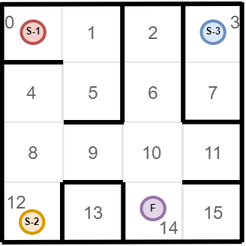
The draw.io diagram Module7/practice/01_Maze-1/img/maze-task01.png in boo-learn/SpecialistPython2_v2, before a commit. Source tidied: cells renumbered, new cells last; positions are measured from the earlier drawing's top-left corner, leaving out a move shared by most shapes.
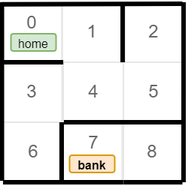
Later version of the same file.

Diff of the diagram source:
```diff
@@ -2,155 +2,103 @@
   <root>
     <mxCell id="0" />
     <mxCell id="1" parent="0" />
-    <mxCell id="2" value="&lt;font color=&quot;#666666&quot;&gt;0&lt;/font&gt;" style="rounded=0;whiteSpace=wrap;html=1;fillColor=none;strokeColor=#E6E6E6;align=left;verticalAlign=top;" parent="1" vertex="1">
-      <mxGeometry x="-0.2" width="40" height="40" as="geometry" />
+    <mxCell id="2" value="&lt;font color=&quot;#666666&quot;&gt;0&lt;/font&gt;" style="rounded=0;whiteSpace=wrap;html=1;fillColor=none;strokeColor=#E6E6E6;align=center;verticalAlign=top;" parent="1" vertex="1">
+      <mxGeometry x="-359.2" y="-320" width="40" height="40" as="geometry" />
     </mxCell>
     <mxCell id="3" value="&lt;font color=&quot;#666666&quot;&gt;1&lt;/font&gt;" style="rounded=0;whiteSpace=wrap;html=1;fillColor=none;strokeColor=#E6E6E6;" parent="1" vertex="1">
-      <mxGeometry x="39.8" width="40" height="40" as="geometry" />
+      <mxGeometry x="-319.2" y="-320" width="40" height="40" as="geometry" />
     </mxCell>
-    <mxCell id="4" value="&lt;font color=&quot;#666666&quot;&gt;2&lt;/font&gt;" style="rounded=0;whiteSpace=wrap;html=1;fillColor=none;strokeColor=#E6E6E6;" parent="1" vertex="1">
-      <mxGeometry x="80.6" width="40" height="40" as="geometry" />
+    <mxCell id="4" value="&lt;font color=&quot;#666666&quot;&gt;2&lt;/font&gt;" style="rounded=0;whiteSpace=wrap;html=1;fillColor=none;strokeColor=#E6E6E6;align=center;verticalAlign=middle;" parent="1" vertex="1">
+      <mxGeometry x="-278.5" y="-320" width="40" height="40" as="geometry" />
     </mxCell>
-    <mxCell id="5" value="&lt;font color=&quot;#666666&quot;&gt;3&lt;/font&gt;" style="rounded=0;whiteSpace=wrap;html=1;fillColor=none;strokeColor=#E6E6E6;align=right;verticalAlign=top;" parent="1" vertex="1">
-      <mxGeometry x="120.6" width="40" height="40" as="geometry" />
+    <mxCell id="5" value="&lt;font color=&quot;#666666&quot;&gt;3&lt;/font&gt;" style="rounded=0;whiteSpace=wrap;html=1;fillColor=none;strokeColor=#E6E6E6;" parent="1" vertex="1">
+      <mxGeometry x="-359.2" y="-280" width="40" height="40" as="geometry" />
     </mxCell>
-    <mxCell id="6" value="&lt;font color=&quot;#666666&quot;&gt;4&lt;/font&gt;" style="rounded=0;whiteSpace=wrap;html=1;fillColor=none;strokeColor=#E6E6E6;" parent="1" vertex="1">
-      <mxGeometry x="-0.2" y="40" width="40" height="40" as="geometry" />
+    <mxCell id="6" value="&lt;font color=&quot;#666666&quot;&gt;4&lt;/font&gt;" style="rounded=0;whiteSpace=wrap;html=1;fillColor=none;strokeColor=#E6E6E6;align=center;verticalAlign=middle;" parent="1" vertex="1">
+      <mxGeometry x="-318.5" y="-280" width="40" height="40" as="geometry" />
     </mxCell>
     <mxCell id="7" value="&lt;font color=&quot;#666666&quot;&gt;5&lt;/font&gt;" style="rounded=0;whiteSpace=wrap;html=1;fillColor=none;strokeColor=#E6E6E6;" parent="1" vertex="1">
-      <mxGeometry x="40.6" y="40" width="40" height="40" as="geometry" />
+      <mxGeometry x="-278.5" y="-280" width="40" height="40" as="geometry" />
     </mxCell>
-    <mxCell id="8" value="&lt;font color=&quot;#666666&quot;&gt;6&lt;/font&gt;" style="rounded=0;whiteSpace=wrap;html=1;fillColor=none;strokeColor=#E6E6E6;" parent="1" vertex="1">
-      <mxGeometry x="80.6" y="40" width="40" height="40" as="geometry" />
+    <mxCell id="8" value="&lt;font color=&quot;#666666&quot;&gt;6&lt;/font&gt;" style="rounded=0;whiteSpace=wrap;html=1;fillColor=none;strokeColor=#E6E6E6;align=center;verticalAlign=middle;" parent="1" vertex="1">
+      <mxGeometry x="-358.5" y="-240" width="40" height="40" as="geometry" />
     </mxCell>
-    <mxCell id="9" value="&lt;font color=&quot;#666666&quot;&gt;7&lt;/font&gt;" style="rounded=0;whiteSpace=wrap;html=1;fillColor=none;strokeColor=#E6E6E6;" parent="1" vertex="1">
-      <mxGeometry x="120.6" y="40" width="40" height="40" as="geometry" />
+    <mxCell id="9" value="&lt;font color=&quot;#666666&quot;&gt;7&lt;/font&gt;" style="rounded=0;whiteSpace=wrap;html=1;fillColor=none;strokeColor=#E6E6E6;align=center;verticalAlign=top;" parent="1" vertex="1">
+      <mxGeometry x="-318.5" y="-240" width="40" height="40" as="geometry" />
     </mxCell>
-    <mxCell id="10" value="&lt;font color=&quot;#666666&quot;&gt;8&lt;/font&gt;" style="rounded=0;whiteSpace=wrap;html=1;fillColor=none;strokeColor=#E6E6E6;" parent="1" vertex="1">
-      <mxGeometry x="0.6" y="80" width="40" height="40" as="geometry" />
+    <mxCell id="10" value="&lt;font color=&quot;#666666&quot;&gt;8&lt;/font&gt;" style="rounded=0;whiteSpace=wrap;html=1;fillColor=none;strokeColor=#E6E6E6;align=center;verticalAlign=middle;" parent="1" vertex="1">
+      <mxGeometry x="-279.2" y="-240" width="40" height="40" as="geometry" />
     </mxCell>
-    <mxCell id="11" value="&lt;font color=&quot;#666666&quot;&gt;9&lt;/font&gt;" style="rounded=0;whiteSpace=wrap;html=1;fillColor=none;strokeColor=#E6E6E6;" parent="1" vertex="1">
-      <mxGeometry x="40.6" y="80" width="40" height="40" as="geometry" />
+    <mxCell id="11" style="endArrow=none;html=1;strokeWidth=3;" parent="1" edge="1">
+      <mxGeometry relative="1" as="geometry">
+        <mxPoint x="-358.5" y="-280" as="sourcePoint" />
+        <mxPoint x="-318.5" y="-280" as="targetPoint" />
+      </mxGeometry>
     </mxCell>
-    <mxCell id="12" value="&lt;font color=&quot;#666666&quot;&gt;10&lt;/font&gt;" style="rounded=0;whiteSpace=wrap;html=1;fillColor=none;strokeColor=#E6E6E6;" parent="1" vertex="1">
-      <mxGeometry x="79.8" y="80" width="40" height="40" as="geometry" />
+    <mxCell id="12" style="endArrow=none;html=1;strokeWidth=3;" parent="1" edge="1">
+      <mxGeometry relative="1" as="geometry">
+        <mxPoint x="-278.9" y="-280" as="sourcePoint" />
+        <mxPoint x="-278.9" y="-320" as="targetPoint" />
+      </mxGeometry>
     </mxCell>
-    <mxCell id="13" value="&lt;font color=&quot;#666666&quot;&gt;11&lt;/font&gt;" style="rounded=0;whiteSpace=wrap;html=1;fillColor=none;strokeColor=#E6E6E6;" parent="1" vertex="1">
-      <mxGeometry x="120.6" y="80" width="40" height="40" as="geometry" />
+    <mxCell id="13" style="endArrow=none;html=1;strokeWidth=3;entryX=1;entryY=1;entryDx=0;entryDy=0;" parent="1" edge="1" target="7">
+      <mxGeometry relative="1" as="geometry">
+        <mxPoint x="-278.9" y="-240" as="sourcePoint" />
+      </mxGeometry>
     </mxCell>
-    <mxCell id="14" value="&lt;font color=&quot;#666666&quot;&gt;12&lt;/font&gt;" style="rounded=0;whiteSpace=wrap;html=1;fillColor=none;strokeColor=#E6E6E6;align=left;verticalAlign=top;" parent="1" vertex="1">
-      <mxGeometry x="0.6" y="120" width="40" height="40" as="geometry" />
+    <mxCell id="14" style="endArrow=none;html=1;strokeWidth=3;" parent="1" edge="1">
+      <mxGeometry relative="1" as="geometry">
+        <mxPoint x="-318" y="-240" as="sourcePoint" />
+        <mxPoint x="-278" y="-240" as="targetPoint" />
+      </mxGeometry>
     </mxCell>
-    <mxCell id="15" value="&lt;font color=&quot;#666666&quot;&gt;13&lt;/font&gt;" style="rounded=0;whiteSpace=wrap;html=1;fillColor=none;strokeColor=#E6E6E6;" parent="1" vertex="1">
-      <mxGeometry x="40.6" y="120" width="40" height="40" as="geometry" />
+    <mxCell id="15" style="endArrow=none;html=1;strokeWidth=3;exitX=0;exitY=1;exitDx=0;exitDy=0;" parent="1" edge="1" source="8">
+      <mxGeometry relative="1" as="geometry">
+        <mxPoint x="-278.6" y="-200" as="targetPoint" />
+      </mxGeometry>
     </mxCell>
-    <mxCell id="16" value="&lt;font color=&quot;#666666&quot;&gt;14&lt;/font&gt;" style="rounded=0;whiteSpace=wrap;html=1;fillColor=none;strokeColor=#E6E6E6;align=right;verticalAlign=bottom;" parent="1" vertex="1">
-      <mxGeometry x="79.8" y="120" width="40" height="40" as="geometry" />
+    <mxCell id="16" style="endArrow=none;html=1;strokeWidth=3;exitX=0;exitY=1;exitDx=0;exitDy=0;" parent="1" edge="1">
+      <mxGeometry relative="1" as="geometry">
+        <mxPoint x="-238.5" y="-200" as="sourcePoint" />
+        <mxPoint x="-238.4" y="-280" as="targetPoint" />
+      </mxGeometry>
     </mxCell>
-    <mxCell id="17" value="&lt;font color=&quot;#666666&quot;&gt;15&lt;/font&gt;" style="rounded=0;whiteSpace=wrap;html=1;fillColor=none;strokeColor=#E6E6E6;" parent="1" vertex="1">
-      <mxGeometry x="120.6" y="120" width="40" height="40" as="geometry" />
+    <mxCell id="17" style="endArrow=none;html=1;strokeWidth=3;" parent="1" edge="1">
+      <mxGeometry relative="1" as="geometry">
+        <mxPoint x="-238.4" y="-280" as="sourcePoint" />
+        <mxPoint x="-238.4" y="-320" as="targetPoint" />
+      </mxGeometry>
     </mxCell>
-    <mxCell id="18" style="endArrow=none;html=1;strokeWidth=3;" parent="1" edge="1">
+    <mxCell id="18" style="endArrow=none;html=1;strokeWidth=3;exitX=1;exitY=0;exitDx=0;exitDy=0;" parent="1" edge="1">
       <mxGeometry relative="1" as="geometry">
-        <mxPoint x="0.6" y="40" as="sourcePoint" />
-        <mxPoint x="40.6" y="40" as="targetPoint" />
+        <mxPoint x="-239.2" y="-200" as="sourcePoint" />
+        <mxPoint x="-278.4" y="-200" as="targetPoint" />
       </mxGeometry>
     </mxCell>
     <mxCell id="19" style="endArrow=none;html=1;strokeWidth=3;" parent="1" edge="1">
       <mxGeometry relative="1" as="geometry">
-        <mxPoint x="80.1" y="40" as="sourcePoint" />
-        <mxPoint x="80.1" as="targetPoint" />
+        <mxPoint x="-359.2" y="-201" as="sourcePoint" />
+        <mxPoint x="-359.2" y="-320" as="targetPoint" />
       </mxGeometry>
     </mxCell>
     <mxCell id="20" style="endArrow=none;html=1;strokeWidth=3;" parent="1" edge="1">
       <mxGeometry relative="1" as="geometry">
-        <mxPoint x="80.1" y="80" as="sourcePoint" />
-        <mxPoint x="80.1" y="40" as="targetPoint" />
+        <mxPoint x="-359.2" y="-318.6" as="sourcePoint" />
+        <mxPoint x="-239.2" y="-319" as="targetPoint" />
       </mxGeometry>
     </mxCell>
-    <mxCell id="21" style="endArrow=none;html=1;strokeWidth=3;" parent="1" edge="1">
-      <mxGeometry relative="1" as="geometry">
-        <mxPoint x="40" y="160" as="sourcePoint" />
-        <mxPoint x="40" y="120" as="targetPoint" />
-      </mxGeometry>
+    <mxCell id="21" value="&lt;font style=&quot;font-size: 8px;&quot;&gt;home&lt;/font&gt;" style="rounded=1;whiteSpace=wrap;html=1;fillColor=#d5e8d4;strokeColor=#82b366;" parent="1" vertex="1">
+      <mxGeometry x="-353.2" y="-299" width="30" height="11.5" as="geometry" />
     </mxCell>
     <mxCell id="22" style="endArrow=none;html=1;strokeWidth=3;" parent="1" edge="1">
-      <mxGeometry relative="1" as="geometry">
-        <mxPoint x="41" y="80" as="sourcePoint" />
-        <mxPoint x="81" y="80" as="targetPoint" />
+      <mxGeometry x="-1" y="40" relative="1" as="geometry">
+        <mxPoint x="-319.5" y="-200" as="sourcePoint" />
+        <mxPoint x="-319.5" y="-240" as="targetPoint" />
+        <mxPoint x="30" y="39" as="offset" />
       </mxGeometry>
     </mxCell>
-    <mxCell id="23" style="endArrow=none;html=1;strokeWidth=3;" parent="1" edge="1">
-      <mxGeometry relative="1" as="geometry">
-        <mxPoint x="40.5" y="120" as="sourcePoint" />
-        <mxPoint x="80.5" y="120" as="targetPoint" />
-      </mxGeometry>
+    <mxCell id="23" value="&lt;span style=&quot;font-size: 8px;&quot;&gt;&lt;b&gt;bank&lt;/b&gt;&lt;/span&gt;" style="rounded=1;whiteSpace=wrap;html=1;fillColor=#ffe6cc;strokeColor=#d79b00;" parent="1" vertex="1">
+      <mxGeometry x="-314.2" y="-218" width="30" height="11.5" as="geometry" />
     </mxCell>
-    <mxCell id="24" style="endArrow=none;html=1;strokeColor=#000000;strokeWidth=3;" parent="1" edge="1">
-      <mxGeometry relative="1" as="geometry">
-        <mxPoint x="120" y="120" as="sourcePoint" />
-        <mxPoint x="160" y="120" as="targetPoint" />
-      </mxGeometry>
-    </mxCell>
-    <mxCell id="25" style="endArrow=none;html=1;strokeWidth=3;" parent="1" edge="1">
-      <mxGeometry relative="1" as="geometry">
-        <mxPoint x="120" y="79.8" as="sourcePoint" />
-        <mxPoint x="160" y="79.8" as="targetPoint" />
-      </mxGeometry>
-    </mxCell>
-    <mxCell id="26" style="endArrow=none;html=1;strokeWidth=3;" parent="1" edge="1">
-      <mxGeometry relative="1" as="geometry">
-        <mxPoint x="120.6" y="80" as="sourcePoint" />
-        <mxPoint x="120.6" y="40" as="targetPoint" />
-      </mxGeometry>
-    </mxCell>
-    <mxCell id="27" style="endArrow=none;html=1;strokeWidth=3;" parent="1" edge="1">
-      <mxGeometry relative="1" as="geometry">
-        <mxPoint x="120.6" y="40" as="sourcePoint" />
-        <mxPoint x="120.6" as="targetPoint" />
-      </mxGeometry>
-    </mxCell>
-    <mxCell id="28" style="endArrow=none;html=1;strokeWidth=3;" parent="1" edge="1">
-      <mxGeometry relative="1" as="geometry">
-        <mxPoint x="80.7" y="160" as="sourcePoint" />
-        <mxPoint x="80.7" y="120" as="targetPoint" />
-      </mxGeometry>
-    </mxCell>
-    <mxCell id="29" value="&lt;font style=&quot;font-size: 8px ; line-height: 100%&quot;&gt;&lt;sup&gt;&lt;b&gt;S-1&lt;/b&gt;&lt;/sup&gt;&lt;/font&gt;" style="ellipse;whiteSpace=wrap;html=1;strokeColor=#b85450;strokeWidth=2;fillColor=#f8cecc;align=center;" parent="1" vertex="1">
-      <mxGeometry x="12.7" y="12.5" width="15.7" height="15" as="geometry" />
-    </mxCell>
-    <mxCell id="30" value="&lt;font style=&quot;font-size: 8px ; line-height: 100%&quot;&gt;&lt;sup&gt;&lt;b&gt;S-2&lt;/b&gt;&lt;/sup&gt;&lt;/font&gt;" style="ellipse;whiteSpace=wrap;html=1;strokeColor=#d79b00;strokeWidth=2;fillColor=#ffe6cc;align=center;" parent="1" vertex="1">
-      <mxGeometry x="12" y="139" width="15.7" height="15" as="geometry" />
-    </mxCell>
-    <mxCell id="31" value="&lt;font style=&quot;font-size: 8px ; line-height: 100%&quot;&gt;&lt;sup&gt;&lt;b&gt;S-3&lt;/b&gt;&lt;/sup&gt;&lt;/font&gt;" style="ellipse;whiteSpace=wrap;html=1;strokeColor=#6c8ebf;strokeWidth=2;fillColor=#dae8fc;align=center;" parent="1" vertex="1">
-      <mxGeometry x="132.7" y="12.5" width="15.7" height="15" as="geometry" />
-    </mxCell>
-    <mxCell id="32" value="&lt;font style=&quot;font-size: 8px ; line-height: 100%&quot;&gt;&lt;sup&gt;&lt;b&gt;F&lt;/b&gt;&lt;/sup&gt;&lt;/font&gt;" style="ellipse;whiteSpace=wrap;html=1;strokeColor=#9673a6;strokeWidth=2;fillColor=#e1d5e7;align=center;" parent="1" vertex="1">
-      <mxGeometry x="92.7" y="130" width="15.7" height="15" as="geometry" />
-    </mxCell>
-    <mxCell id="33" style="endArrow=none;html=1;strokeWidth=3;" parent="1" edge="1">
-      <mxGeometry relative="1" as="geometry">
-        <mxPoint x="-0.2" y="160" as="sourcePoint" />
-        <mxPoint x="-0.2" as="targetPoint" />
-      </mxGeometry>
-    </mxCell>
-    <mxCell id="34" style="endArrow=none;html=1;strokeWidth=3;" parent="1" edge="1">
-      <mxGeometry relative="1" as="geometry">
-        <mxPoint x="-0.2" y="1.4" as="sourcePoint" />
-        <mxPoint x="159.8" y="1" as="targetPoint" />
-      </mxGeometry>
-    </mxCell>
-    <mxCell id="35" style="endArrow=none;html=1;strokeWidth=3;" parent="1" edge="1">
-      <mxGeometry relative="1" as="geometry">
-        <mxPoint x="159.8" y="160" as="sourcePoint" />
-        <mxPoint x="159.8" as="targetPoint" />
-      </mxGeometry>
-    </mxCell>
-    <mxCell id="36" style="endArrow=none;html=1;strokeWidth=3;" parent="1" edge="1">
-      <mxGeometry relative="1" as="geometry">
-        <mxPoint x="-0.2" y="160" as="sourcePoint" />
-        <mxPoint x="159.8" y="159.6" as="targetPoint" />
-      </mxGeometry>
-    </mxCell>
   </root>
 </mxGraphModel>
```
